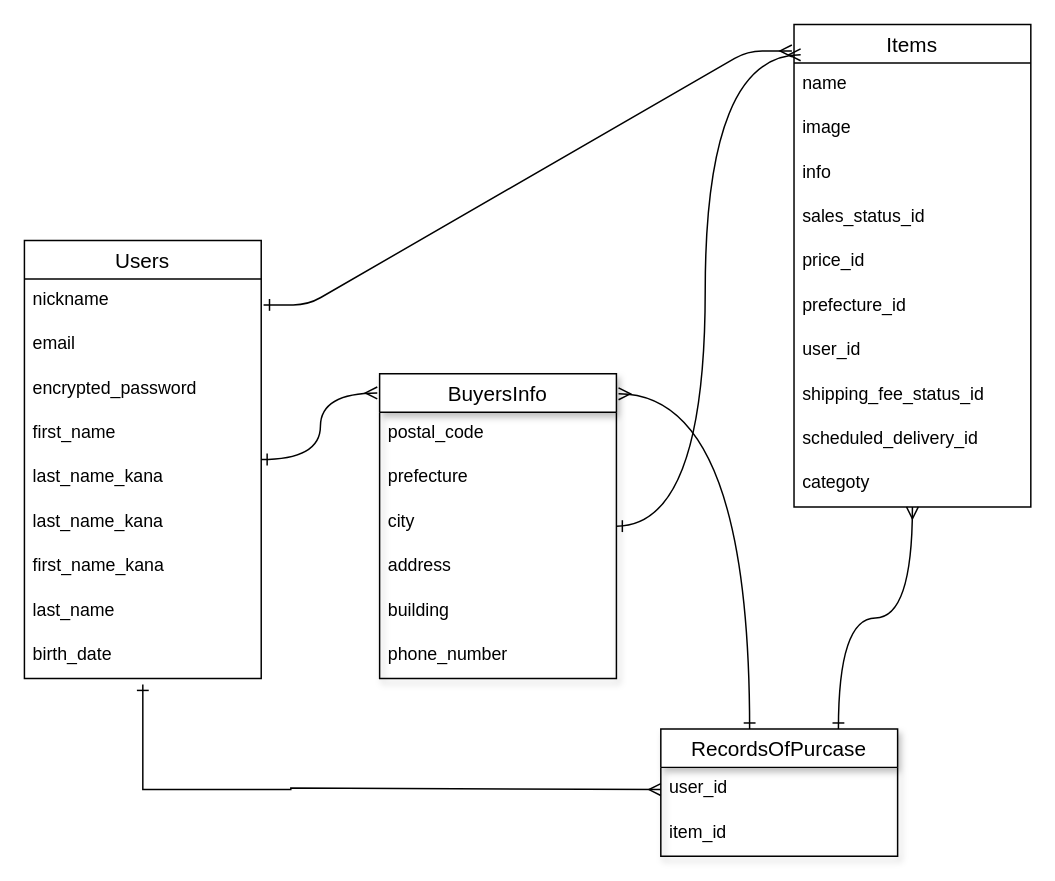
This is page "ページ1" (1 of 2) of entity.dio from Takahashi-Risa/furima-35255, a draw.io file, before an edit. Source tidied: cells renumbered, new cells numbered last; positions are measured from the earlier drawing's top-left corner, leaving out a move shared by most shapes. Both pictures are drawn from the tidied source at 148%, with x=0, y=0 at pixel (24, 24).
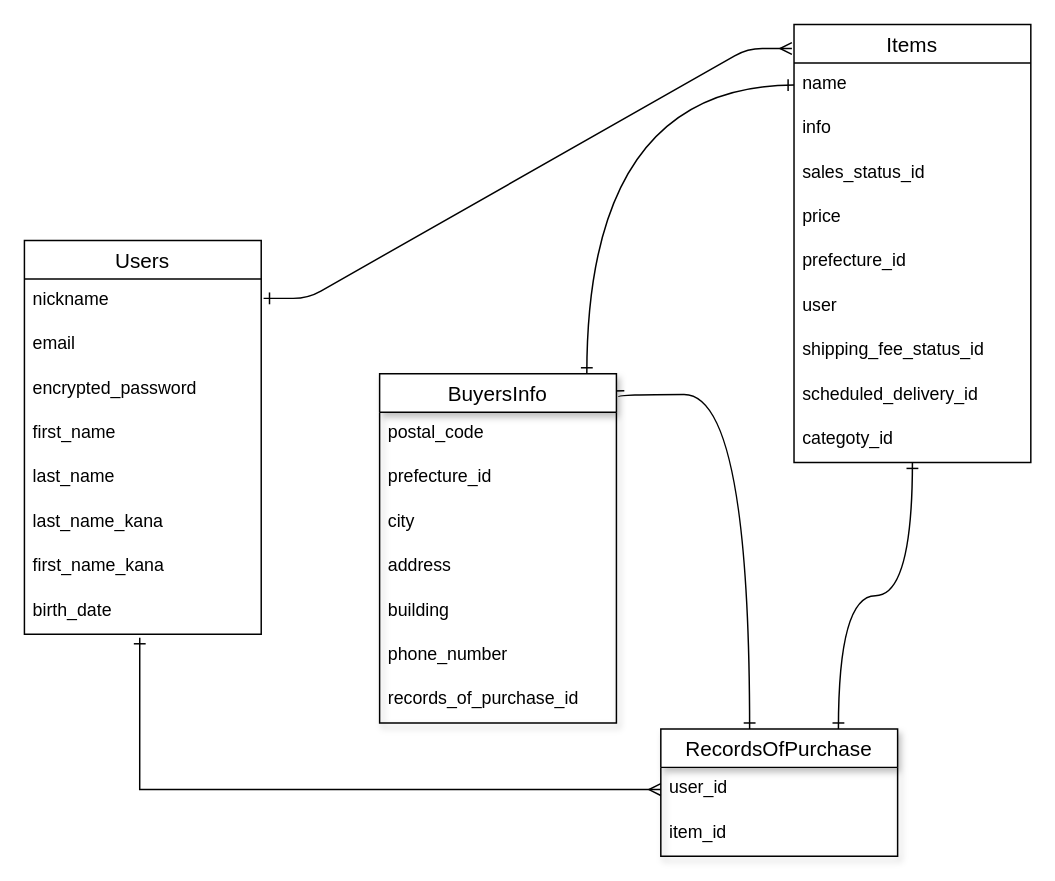
Above is the later version.

Commit message (it also covers changes not shown here):
データベース設計　修正５

The change refers to these unchanged cells:
```xml
<mxCell id="15" value="name" style="text;strokeColor=none;fillColor=none;spacingLeft=4;spacingRight=4;overflow=hidden;points=[[0,0.5],[1,0.5]];portConstraint=eastwest;fontSize=12;shadow=1;" parent="14" vertex="1">
  <mxGeometry y="26" width="160" height="30" as="geometry" />
</mxCell>
<mxCell id="28" value="user_id" style="text;strokeColor=none;fillColor=none;spacingLeft=4;spacingRight=4;overflow=hidden;points=[[0,0.5],[1,0.5]];portConstraint=eastwest;fontSize=12;" parent="27" vertex="1">
  <mxGeometry y="26" width="160" height="30" as="geometry" />
</mxCell>
```

The edit, as a diff of the source:
```diff
@@
-    <mxCell id="2" style="edgeStyle=orthogonalEdgeStyle;curved=1;jettySize=auto;html=1;entryX=-0.01;entryY=0.063;entryDx=0;entryDy=0;entryPerimeter=0;startArrow=ERone;startFill=0;endArrow=ERmany;endFill=0;strokeWidth=1;" parent="1" edge="1" source="3" target="32">
-      <mxGeometry relative="1" as="geometry" />
-    </mxCell>
     <mxCell id="3" value="Users" style="swimlane;fontStyle=0;horizontal=1;startSize=26;align=center;fontSize=14;" parent="1" vertex="1">
-      <mxGeometry y="146" width="160" height="296" as="geometry" />
+      <mxGeometry y="146" width="160" height="266" as="geometry" />
     </mxCell>
@@
-    <mxCell id="8" value="last_name_kana" style="text;strokeColor=none;fillColor=none;spacingLeft=4;spacingRight=4;overflow=hidden;fontSize=12;shadow=1;align=left;" parent="3" vertex="1">
+    <mxCell id="8" value="last_name" style="text;strokeColor=none;fillColor=none;spacingLeft=4;spacingRight=4;overflow=hidden;fontSize=12;shadow=1;align=left;" parent="3" vertex="1">
       <mxGeometry y="146" width="160" height="30" as="geometry" />
     </mxCell>
@@
-    <mxCell id="11" value="last_name" style="text;strokeColor=none;fillColor=none;spacingLeft=4;spacingRight=4;overflow=hidden;fontSize=12;" parent="3" vertex="1">
-      <mxGeometry y="236" width="160" height="30" as="geometry" />
-    </mxCell>
     <mxCell id="12" value="birth_date" style="text;strokeColor=none;fillColor=none;spacingLeft=4;spacingRight=4;overflow=hidden;points=[[0,0.5],[1,0.5]];portConstraint=eastwest;fontSize=12;shadow=1;align=left;" parent="3" vertex="1">
-      <mxGeometry y="266" width="160" height="30" as="geometry" />
+      <mxGeometry y="236" width="160" height="30" as="geometry" />
     </mxCell>
-    <mxCell id="13" style="edgeStyle=orthogonalEdgeStyle;jettySize=auto;html=1;startArrow=ERmany;startFill=0;endArrow=ERone;endFill=0;strokeWidth=1;entryX=0.75;entryY=0;entryDx=0;entryDy=0;curved=1;" parent="1" edge="1" source="14" target="27">
+    <mxCell id="13" style="edgeStyle=orthogonalEdgeStyle;jettySize=auto;html=1;startArrow=ERone;startFill=0;endArrow=ERone;endFill=0;strokeWidth=1;entryX=0.75;entryY=0;entryDx=0;entryDy=0;curved=1;" parent="1" edge="1" source="14" target="27">
       <mxGeometry relative="1" as="geometry" />
     </mxCell>
     <mxCell id="14" value="Items" style="swimlane;fontStyle=0;horizontal=1;startSize=26;align=center;fontSize=14;" parent="1" vertex="1">
-      <mxGeometry x="520" width="160" height="326" as="geometry" />
+      <mxGeometry x="520" width="160" height="296" as="geometry" />
     </mxCell>
@@
-    <mxCell id="16" value="image" style="text;strokeColor=none;fillColor=none;spacingLeft=4;spacingRight=4;overflow=hidden;fontSize=12;" parent="14" vertex="1">
-      <mxGeometry y="56" width="160" height="30" as="geometry" />
-    </mxCell>
     <mxCell id="17" value="info" style="text;strokeColor=none;fillColor=none;spacingLeft=4;spacingRight=4;overflow=hidden;fontSize=12;" parent="14" vertex="1">
-      <mxGeometry y="86" width="160" height="30" as="geometry" />
+      <mxGeometry y="56" width="160" height="30" as="geometry" />
     </mxCell>
     <mxCell id="18" value="sales_status_id" style="text;strokeColor=none;fillColor=none;spacingLeft=4;spacingRight=4;overflow=hidden;fontSize=12;shadow=1;align=left;" parent="14" vertex="1">
-      <mxGeometry y="116" width="160" height="30" as="geometry" />
+      <mxGeometry y="86" width="160" height="30" as="geometry" />
     </mxCell>
-    <mxCell id="19" value="price_id" style="text;strokeColor=none;fillColor=none;spacingLeft=4;spacingRight=4;overflow=hidden;fontSize=12;shadow=1;align=left;" parent="14" vertex="1">
-      <mxGeometry y="146" width="160" height="30" as="geometry" />
+    <mxCell id="19" value="price" style="text;strokeColor=none;fillColor=none;spacingLeft=4;spacingRight=4;overflow=hidden;fontSize=12;shadow=1;align=left;" parent="14" vertex="1">
+      <mxGeometry y="116" width="160" height="30" as="geometry" />
     </mxCell>
     <mxCell id="20" value="prefecture_id" style="text;strokeColor=none;fillColor=none;spacingLeft=4;spacingRight=4;overflow=hidden;fontSize=12;shadow=1;align=left;" parent="14" vertex="1">
-      <mxGeometry y="176" width="160" height="30" as="geometry" />
+      <mxGeometry y="146" width="160" height="30" as="geometry" />
     </mxCell>
-    <mxCell id="21" value="user_id&#10;" style="text;strokeColor=none;fillColor=none;spacingLeft=4;spacingRight=4;overflow=hidden;fontSize=12;shadow=1;align=left;" parent="14" vertex="1">
-      <mxGeometry y="206" width="160" height="30" as="geometry" />
+    <mxCell id="21" value="user" style="text;strokeColor=none;fillColor=none;spacingLeft=4;spacingRight=4;overflow=hidden;fontSize=12;shadow=1;align=left;" parent="14" vertex="1">
+      <mxGeometry y="176" width="160" height="30" as="geometry" />
     </mxCell>
     <mxCell id="22" value="shipping_fee_status_id" style="text;strokeColor=none;fillColor=none;spacingLeft=4;spacingRight=4;overflow=hidden;fontSize=12;shadow=1;align=left;" parent="14" vertex="1">
-      <mxGeometry y="236" width="160" height="30" as="geometry" />
+      <mxGeometry y="206" width="160" height="30" as="geometry" />
     </mxCell>
     <mxCell id="23" value="scheduled_delivery_id" style="text;strokeColor=none;fillColor=none;spacingLeft=4;spacingRight=4;overflow=hidden;fontSize=12;shadow=1;align=left;" parent="14" vertex="1">
-      <mxGeometry y="266" width="160" height="30" as="geometry" />
+      <mxGeometry y="236" width="160" height="30" as="geometry" />
     </mxCell>
-    <mxCell id="24" value="categoty" style="text;strokeColor=none;fillColor=none;spacingLeft=4;spacingRight=4;overflow=hidden;fontSize=12;" parent="14" vertex="1">
-      <mxGeometry y="296" width="160" height="30" as="geometry" />
+    <mxCell id="24" value="categoty_id" style="text;strokeColor=none;fillColor=none;spacingLeft=4;spacingRight=4;overflow=hidden;fontSize=12;" parent="14" vertex="1">
+      <mxGeometry y="266" width="160" height="30" as="geometry" />
     </mxCell>
@@
-    <mxCell id="26" style="edgeStyle=orthogonalEdgeStyle;curved=1;jettySize=auto;html=1;entryX=1.009;entryY=0.066;entryDx=0;entryDy=0;entryPerimeter=0;startArrow=ERone;startFill=0;endArrow=ERmany;endFill=0;strokeWidth=1;" parent="1" edge="1" source="27" target="32">
+    <mxCell id="26" style="edgeStyle=orthogonalEdgeStyle;curved=1;jettySize=auto;html=1;entryX=1.009;entryY=0.066;entryDx=0;entryDy=0;entryPerimeter=0;startArrow=ERone;startFill=0;endArrow=ERone;endFill=0;strokeWidth=1;" parent="1" edge="1" source="27" target="32">
       <mxGeometry relative="1" as="geometry">
         <Array as="points">
           <mxPoint x="490" y="250" />
         </Array>
       </mxGeometry>
     </mxCell>
-    <mxCell id="27" value="RecordsOfPurcase" style="swimlane;fontStyle=0;horizontal=1;startSize=26;align=center;fontSize=14;shadow=1;" parent="1" vertex="1">
+    <mxCell id="27" value="RecordsOfPurchase" style="swimlane;fontStyle=0;horizontal=1;startSize=26;align=center;fontSize=14;shadow=1;" parent="1" vertex="1">
       <mxGeometry x="430" y="476" width="160" height="86" as="geometry" />
     </mxCell>
@@
-    <mxCell id="30" style="edgeStyle=orthogonalEdgeStyle;rounded=0;jettySize=auto;html=1;entryX=0;entryY=0.5;entryDx=0;entryDy=0;startArrow=ERone;startFill=0;endArrow=ERmany;endFill=0;strokeWidth=1;" parent="1" edge="1" target="28">
+    <mxCell id="30" style="edgeStyle=orthogonalEdgeStyle;rounded=0;jettySize=auto;html=1;entryX=0;entryY=0.5;entryDx=0;entryDy=0;startArrow=ERone;startFill=0;endArrow=ERmany;endFill=0;strokeWidth=1;exitX=0.487;exitY=1.083;exitDx=0;exitDy=0;exitPerimeter=0;" parent="1" edge="1" source="12" target="28">
       <mxGeometry relative="1" as="geometry">
-        <mxPoint x="80" y="446" as="sourcePoint" />
         <Array as="points">
-          <mxPoint x="80" y="517" />
-          <mxPoint x="180" y="517" />
-          <mxPoint x="180" y="516" />
+          <mxPoint x="78" y="517" />
         </Array>
       </mxGeometry>
     </mxCell>
-    <mxCell id="31" style="edgeStyle=orthogonalEdgeStyle;curved=1;jettySize=auto;html=1;entryX=0.028;entryY=0.063;entryDx=0;entryDy=0;entryPerimeter=0;startArrow=ERone;startFill=0;endArrow=ERmany;endFill=0;strokeWidth=1;" parent="1" edge="1" source="32" target="14">
-      <mxGeometry relative="1" as="geometry" />
+    <mxCell id="31" style="edgeStyle=orthogonalEdgeStyle;curved=1;jettySize=auto;html=1;startArrow=ERone;startFill=0;endArrow=ERone;endFill=0;strokeWidth=1;entryX=0;entryY=0.5;entryDx=0;entryDy=0;" parent="1" edge="1" source="32" target="15">
+      <mxGeometry relative="1" as="geometry">
+        <Array as="points">
+          <mxPoint x="380" y="41" />
+        </Array>
+      </mxGeometry>
     </mxCell>
     <mxCell id="32" value="BuyersInfo" style="swimlane;fontStyle=0;horizontal=1;startSize=26;align=center;fontSize=14;shadow=1;" parent="1" vertex="1">
-      <mxGeometry x="240" y="236" width="160" height="206" as="geometry" />
+      <mxGeometry x="240" y="236" width="160" height="236" as="geometry" />
     </mxCell>
@@
-    <mxCell id="34" value="prefecture" style="text;strokeColor=none;fillColor=none;spacingLeft=4;spacingRight=4;overflow=hidden;fontSize=12;" parent="32" vertex="1">
+    <mxCell id="34" value="prefecture_id" style="text;strokeColor=none;fillColor=none;spacingLeft=4;spacingRight=4;overflow=hidden;fontSize=12;" parent="32" vertex="1">
       <mxGeometry y="56" width="160" height="30" as="geometry" />
     </mxCell>
@@
+    <mxCell id="39" value="records_of_purchase_id" style="text;strokeColor=none;fillColor=none;spacingLeft=4;spacingRight=4;overflow=hidden;fontSize=12;" parent="32" vertex="1">
+      <mxGeometry y="206" width="160" height="30" as="geometry" />
+    </mxCell>
```
